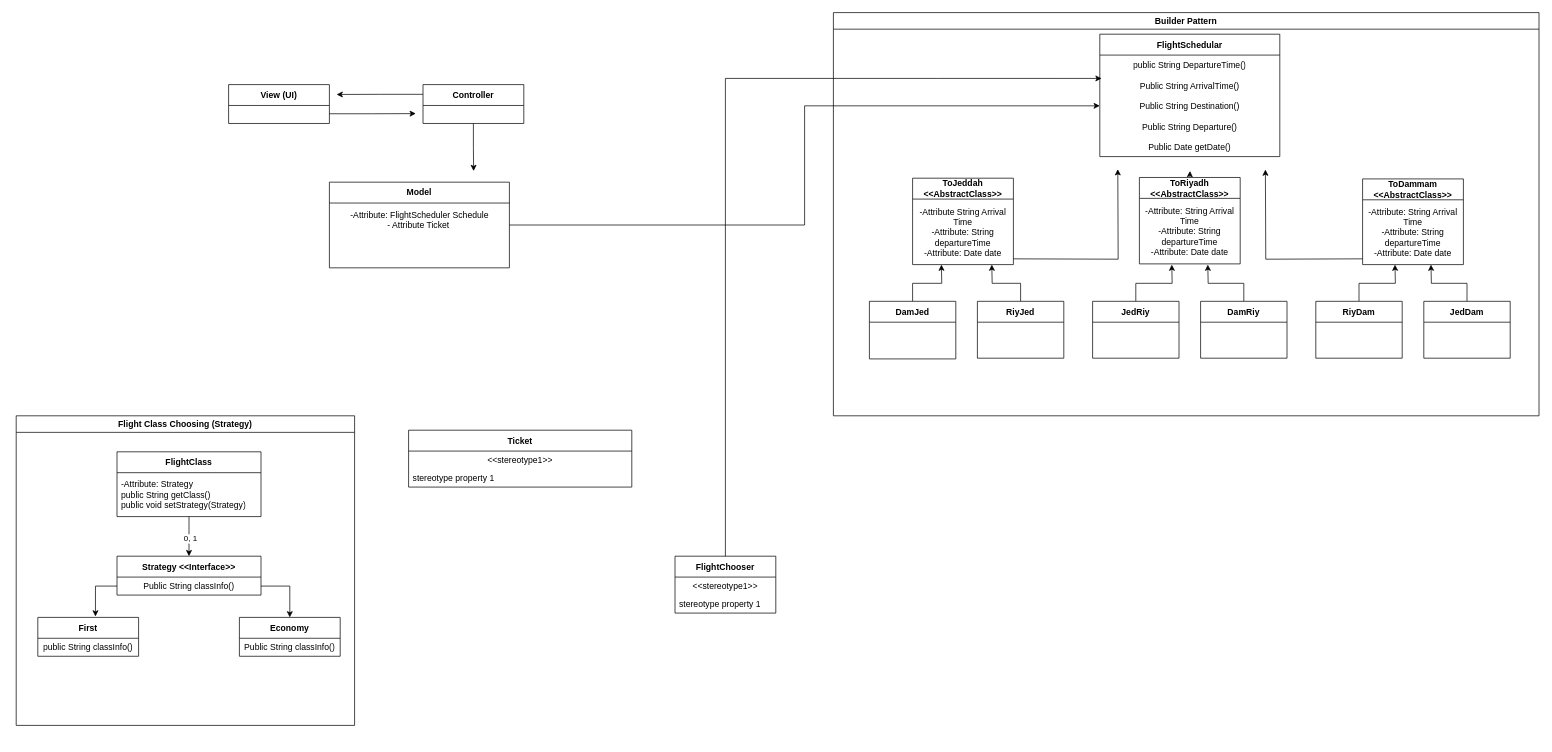
SuhaibAG/FlightReservation keeps this draw.io diagram as Flight Reservation System.drawio. Above is the earlier version. Source tidied: cells renumbered, new cells numbered last; positions are measured from the earlier drawing's top-left corner, leaving out a move shared by most shapes. Both pictures are drawn from the tidied source at 72%, with x=0, y=0 at pixel (16, 12).
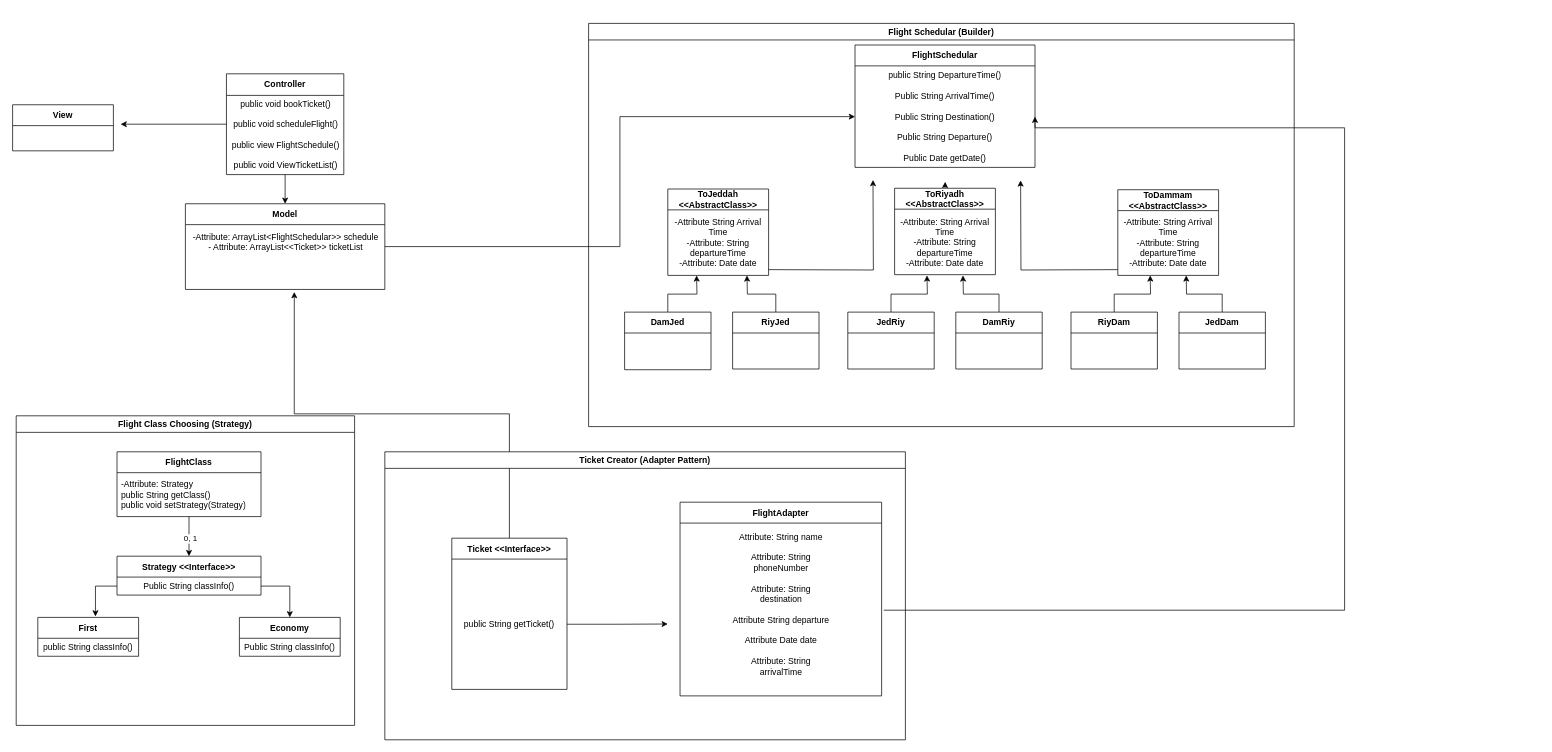
After the change.

The change refers to these unchanged cells:
```xml
<mxCell id="15" value="public String DepartureTime()&lt;div&gt;&lt;br&gt;&lt;div&gt;Public String ArrivalTime()&lt;/div&gt;&lt;div&gt;&lt;br&gt;&lt;/div&gt;&lt;div&gt;Public String Destination()&lt;/div&gt;&lt;div&gt;&lt;br&gt;&lt;/div&gt;&lt;div&gt;Public String&amp;nbsp;&lt;span style=&quot;background-color: initial;&quot;&gt;Departure()&lt;/span&gt;&lt;/div&gt;&lt;/div&gt;&lt;div&gt;&lt;br&gt;&lt;/div&gt;&lt;div&gt;Public Date getDate()&lt;/div&gt;" style="text;html=1;strokeColor=none;fillColor=none;align=center;verticalAlign=middle;spacingLeft=4;spacingRight=4;overflow=hidden;points=[[0,0.5],[1,0.5]];portConstraint=eastwest;whiteSpace=wrap;" parent="14" vertex="1">
  <mxGeometry y="29" width="250" height="141" as="geometry" />
</mxCell>
<mxCell id="28" value="ToRiyadh &amp;lt;&amp;lt;AbstractClass&amp;gt;&amp;gt;" style="swimlane;fontStyle=1;align=center;verticalAlign=middle;horizontal=1;startSize=29;html=1;whiteSpace=wrap;" parent="25" vertex="1">
  <mxGeometry x="425" y="229" width="140" height="120" as="geometry" />
</mxCell>
```

Diff of the diagram source:
```diff
@@
-    <mxCell id="2" style="edgeStyle=orthogonalEdgeStyle;rounded=0;jettySize=auto;html=1;exitX=1;exitY=0.75;exitDx=0;exitDy=0;" parent="1" edge="1" source="3">
-      <mxGeometry relative="1" as="geometry">
-        <mxPoint x="555" y="140.3" as="targetPoint" />
-      </mxGeometry>
-    </mxCell>
-    <mxCell id="3" value="View (UI)" style="swimlane;fontStyle=1;align=center;verticalAlign=middle;horizontal=1;startSize=29;html=1;whiteSpace=wrap;" parent="1" vertex="1">
-      <mxGeometry x="295" y="100" width="140" height="54" as="geometry" />
+    <mxCell id="3" value="View" style="swimlane;fontStyle=1;align=center;verticalAlign=middle;horizontal=1;startSize=29;html=1;whiteSpace=wrap;" parent="1" vertex="1">
+      <mxGeometry x="-5" y="128" width="140" height="64" as="geometry" />
     </mxCell>
-    <mxCell id="4" style="edgeStyle=orthogonalEdgeStyle;rounded=0;jettySize=auto;html=1;exitX=0.5;exitY=1;exitDx=0;exitDy=0;" parent="1" edge="1" source="6">
-      <mxGeometry relative="1" as="geometry">
-        <mxPoint x="635.3" y="220" as="targetPoint" />
-      </mxGeometry>
-    </mxCell>
-    <mxCell id="5" style="edgeStyle=orthogonalEdgeStyle;rounded=0;jettySize=auto;html=1;exitX=0;exitY=0.25;exitDx=0;exitDy=0;" parent="1" edge="1" source="6">
-      <mxGeometry relative="1" as="geometry">
-        <mxPoint x="445" y="113.7" as="targetPoint" />
-      </mxGeometry>
-    </mxCell>
+    <mxCell id="54" style="edgeStyle=orthogonalEdgeStyle;rounded=0;jettySize=auto;html=1;" parent="1" edge="1" source="6">
+      <mxGeometry relative="1" as="geometry">
+        <mxPoint x="145" y="155" as="targetPoint" />
+      </mxGeometry>
+    </mxCell>
-    <mxCell id="6" value="Controller" style="swimlane;fontStyle=1;align=center;verticalAlign=middle;horizontal=1;startSize=29;html=1;whiteSpace=wrap;" parent="1" vertex="1">
-      <mxGeometry x="565" y="100" width="140" height="54" as="geometry" />
+    <mxCell id="6" value="Controller" style="swimlane;fontStyle=1;align=center;verticalAlign=middle;horizontal=1;startSize=30;html=1;whiteSpace=wrap;" parent="1" vertex="1">
+      <mxGeometry x="292" y="85" width="163" height="140" as="geometry" />
     </mxCell>
+    <mxCell id="55" value="public void bookTicket()&lt;div&gt;&lt;br&gt;&lt;/div&gt;&lt;div&gt;public void scheduleFlight()&lt;/div&gt;&lt;div&gt;&lt;br&gt;&lt;/div&gt;&lt;div&gt;public view FlightSchedule()&lt;div&gt;&lt;br&gt;&lt;/div&gt;&lt;div&gt;public void ViewTicketList()&lt;/div&gt;&lt;/div&gt;" style="text;html=1;align=center;verticalAlign=middle;points=[];strokeColor=none;fillColor=none;" parent="6" vertex="1">
+      <mxGeometry y="30" width="163" height="110" as="geometry" />
+    </mxCell>
@@
     <mxCell id="8" value="Model" style="swimlane;fontStyle=1;align=center;verticalAlign=middle;horizontal=1;startSize=29;html=1;whiteSpace=wrap;" parent="1" vertex="1">
-      <mxGeometry x="435" y="235.5" width="250" height="119" as="geometry" />
+      <mxGeometry x="235" y="265.5" width="277" height="119" as="geometry" />
     </mxCell>
-    <mxCell id="9" value="-Attribute: FlightScheduler Schedule&lt;div&gt;- Attribute Ticket&amp;nbsp;&lt;/div&gt;&lt;div&gt;&lt;br&gt;&lt;/div&gt;&lt;div&gt;&lt;br&gt;&lt;/div&gt;&lt;div&gt;&lt;br&gt;&lt;/div&gt;" style="text;html=1;align=center;verticalAlign=middle;points=[];strokeColor=none;fillColor=none;" parent="8" vertex="1">
-      <mxGeometry y="29" width="250" height="90" as="geometry" />
+    <mxCell id="9" value="-Attribute: ArrayList&amp;lt;FlightSchedular&amp;gt;&amp;gt; schedule&lt;div&gt;- Attribute: ArrayList&amp;lt;&amp;lt;Ticket&amp;gt;&amp;gt; t&lt;span style=&quot;background-color: initial;&quot;&gt;icketList&lt;/span&gt;&lt;/div&gt;&lt;div&gt;&lt;br&gt;&lt;/div&gt;&lt;div&gt;&lt;br&gt;&lt;/div&gt;&lt;div&gt;&lt;br&gt;&lt;/div&gt;" style="text;html=1;align=center;verticalAlign=middle;points=[];strokeColor=none;fillColor=none;" parent="8" vertex="1">
+      <mxGeometry y="29" width="277" height="90" as="geometry" />
     </mxCell>
     <mxCell id="10" style="edgeStyle=orthogonalEdgeStyle;rounded=0;jettySize=auto;html=1;exitX=0.5;exitY=0;exitDx=0;exitDy=0;" parent="1" edge="1" source="11">
       <mxGeometry relative="1" as="geometry">
-        <mxPoint x="1285" y="350" as="targetPoint" />
+        <mxPoint x="945" y="365" as="targetPoint" />
       </mxGeometry>
     </mxCell>
     <mxCell id="11" value="DamJed" style="swimlane;fontStyle=1;align=center;verticalAlign=middle;horizontal=1;startSize=29;html=1;whiteSpace=wrap;" parent="1" vertex="1">
-      <mxGeometry x="1185" y="401" width="120" height="80" as="geometry" />
+      <mxGeometry x="845" y="416" width="120" height="80" as="geometry" />
     </mxCell>
     <mxCell id="12" style="edgeStyle=orthogonalEdgeStyle;rounded=0;jettySize=auto;html=1;exitX=0.5;exitY=0;exitDx=0;exitDy=0;" parent="1" edge="1" source="13">
       <mxGeometry relative="1" as="geometry">
-        <mxPoint x="1355" y="350" as="targetPoint" />
+        <mxPoint x="1015" y="365" as="targetPoint" />
       </mxGeometry>
     </mxCell>
     <mxCell id="13" value="RiyJed" style="swimlane;fontStyle=1;align=center;verticalAlign=middle;horizontal=1;startSize=29;html=1;whiteSpace=wrap;" parent="1" vertex="1">
-      <mxGeometry x="1335" y="401" width="120" height="79" as="geometry" />
+      <mxGeometry x="995" y="416" width="120" height="79" as="geometry" />
     </mxCell>
     <mxCell id="14" value="FlightSchedular" style="swimlane;fontStyle=1;align=center;verticalAlign=middle;horizontal=1;startSize=29;html=1;whiteSpace=wrap;" parent="1" vertex="1">
-      <mxGeometry x="1505" y="30" width="250" height="170" as="geometry" />
+      <mxGeometry x="1165" y="45" width="250" height="170" as="geometry" />
     </mxCell>
@@
     <mxCell id="16" style="edgeStyle=orthogonalEdgeStyle;rounded=0;jettySize=auto;html=1;exitX=0.5;exitY=0;exitDx=0;exitDy=0;" parent="1" edge="1" source="28">
       <mxGeometry relative="1" as="geometry">
-        <mxPoint x="1630.3" y="220" as="targetPoint" />
+        <mxPoint x="1290.3" y="235" as="targetPoint" />
       </mxGeometry>
     </mxCell>
     <mxCell id="17" style="edgeStyle=orthogonalEdgeStyle;rounded=0;jettySize=auto;html=1;exitX=0.5;exitY=0;exitDx=0;exitDy=0;" parent="1" edge="1" source="18">
       <mxGeometry relative="1" as="geometry">
-        <mxPoint x="1605" y="350" as="targetPoint" />
+        <mxPoint x="1265" y="365" as="targetPoint" />
       </mxGeometry>
     </mxCell>
     <mxCell id="18" value="JedRiy" style="swimlane;fontStyle=1;align=center;verticalAlign=middle;horizontal=1;startSize=29;html=1;whiteSpace=wrap;" parent="1" vertex="1">
-      <mxGeometry x="1495" y="401" width="120" height="79" as="geometry" />
+      <mxGeometry x="1155" y="416" width="120" height="79" as="geometry" />
     </mxCell>
     <mxCell id="19" style="edgeStyle=orthogonalEdgeStyle;rounded=0;jettySize=auto;html=1;exitX=0.5;exitY=0;exitDx=0;exitDy=0;" parent="1" edge="1" source="20">
       <mxGeometry relative="1" as="geometry">
-        <mxPoint x="1655" y="350" as="targetPoint" />
+        <mxPoint x="1315" y="365" as="targetPoint" />
       </mxGeometry>
     </mxCell>
     <mxCell id="20" value="DamRiy" style="swimlane;fontStyle=1;align=center;verticalAlign=middle;horizontal=1;startSize=29;html=1;whiteSpace=wrap;" parent="1" vertex="1">
-      <mxGeometry x="1645" y="401" width="120" height="79" as="geometry" />
+      <mxGeometry x="1305" y="416" width="120" height="79" as="geometry" />
     </mxCell>
     <mxCell id="21" style="edgeStyle=orthogonalEdgeStyle;rounded=0;jettySize=auto;html=1;exitX=0.5;exitY=0;exitDx=0;exitDy=0;" parent="1" edge="1" source="22">
       <mxGeometry relative="1" as="geometry">
-        <mxPoint x="1915" y="350" as="targetPoint" />
+        <mxPoint x="1575" y="365" as="targetPoint" />
       </mxGeometry>
     </mxCell>
     <mxCell id="22" value="RiyDam" style="swimlane;fontStyle=1;align=center;verticalAlign=middle;horizontal=1;startSize=29;html=1;whiteSpace=wrap;" parent="1" vertex="1">
-      <mxGeometry x="1805" y="401" width="120" height="79" as="geometry" />
+      <mxGeometry x="1465" y="416" width="120" height="79" as="geometry" />
     </mxCell>
     <mxCell id="23" style="edgeStyle=orthogonalEdgeStyle;rounded=0;jettySize=auto;html=1;exitX=0.5;exitY=0;exitDx=0;exitDy=0;" parent="1" edge="1" source="24">
       <mxGeometry relative="1" as="geometry">
-        <mxPoint x="1965" y="350" as="targetPoint" />
+        <mxPoint x="1625" y="365" as="targetPoint" />
       </mxGeometry>
     </mxCell>
     <mxCell id="24" value="JedDam" style="swimlane;fontStyle=1;align=center;verticalAlign=middle;horizontal=1;startSize=29;html=1;whiteSpace=wrap;" parent="1" vertex="1">
-      <mxGeometry x="1955" y="401" width="120" height="79" as="geometry" />
+      <mxGeometry x="1615" y="416" width="120" height="79" as="geometry" />
     </mxCell>
-    <mxCell id="25" value="Builder Pattern" style="swimlane;whiteSpace=wrap;html=1;" parent="1" vertex="1">
-      <mxGeometry x="1135" width="980" height="560" as="geometry" />
+    <mxCell id="25" value="Flight Schedular (Builder)" style="swimlane;whiteSpace=wrap;html=1;" parent="1" vertex="1">
+      <mxGeometry x="795" y="15" width="980" height="560" as="geometry" />
     </mxCell>
@@
+    <mxCell id="56" style="edgeStyle=orthogonalEdgeStyle;rounded=0;jettySize=auto;html=1;entryX=1;entryY=0.5;entryDx=0;entryDy=0;" parent="25" edge="1" target="15">
+      <mxGeometry relative="1" as="geometry">
+        <mxPoint x="410" y="815" as="sourcePoint" />
+        <Array as="points">
+          <mxPoint x="1050" y="815" />
+          <mxPoint x="1050" y="145" />
+          <mxPoint x="620" y="145" />
+        </Array>
+      </mxGeometry>
+    </mxCell>
@@
+    <mxCell id="57" style="edgeStyle=orthogonalEdgeStyle;rounded=0;jettySize=auto;html=1;exitX=0.5;exitY=0;exitDx=0;exitDy=0;entryX=0.546;entryY=1.04;entryDx=0;entryDy=0;entryPerimeter=0;" parent="1" edge="1" source="47" target="9">
+      <mxGeometry relative="1" as="geometry" />
+    </mxCell>
+    <mxCell id="58" style="edgeStyle=orthogonalEdgeStyle;rounded=0;jettySize=auto;html=1;entryX=0.5;entryY=0;entryDx=0;entryDy=0;" parent="1" edge="1" source="55" target="8">
+      <mxGeometry relative="1" as="geometry" />
+    </mxCell>
+    <mxCell id="59" value="Ticket Creator (Adapter Pattern)" style="swimlane;whiteSpace=wrap;html=1;" parent="1" vertex="1">
+      <mxGeometry x="512" y="610" width="723" height="400" as="geometry" />
+    </mxCell>
-    <mxCell id="47" value="Ticket" style="swimlane;fontStyle=1;align=center;verticalAlign=middle;horizontal=1;startSize=29;html=1;whiteSpace=wrap;" parent="1" vertex="1">
-      <mxGeometry x="545" y="580" width="310" height="79" as="geometry" />
+    <mxCell id="47" value="Ticket &amp;lt;&amp;lt;Interface&amp;gt;&amp;gt;" style="swimlane;fontStyle=1;align=center;verticalAlign=middle;horizontal=1;startSize=29;html=1;whiteSpace=wrap;" parent="59" vertex="1">
+      <mxGeometry x="93" y="120" width="160" height="210" as="geometry" />
     </mxCell>
+    <mxCell id="60" style="edgeStyle=orthogonalEdgeStyle;rounded=0;jettySize=auto;html=1;exitX=1;exitY=0.5;exitDx=0;exitDy=0;" parent="47" edge="1" source="48">
+      <mxGeometry relative="1" as="geometry">
+        <mxPoint x="300" y="119.2" as="targetPoint" />
+      </mxGeometry>
+    </mxCell>
-    <mxCell id="48" value="&amp;lt;&amp;lt;stereotype1&amp;gt;&amp;gt;" style="text;html=1;strokeColor=none;fillColor=none;align=center;verticalAlign=middle;spacingLeft=4;spacingRight=4;overflow=hidden;points=[[0,0.5],[1,0.5]];portConstraint=eastwest;whiteSpace=wrap;" parent="47" vertex="1">
-      <mxGeometry y="29" width="310" height="25" as="geometry" />
+    <mxCell id="48" value="public String getTicket()" style="text;html=1;strokeColor=none;fillColor=none;align=center;verticalAlign=middle;spacingLeft=4;spacingRight=4;overflow=hidden;points=[[0,0.5],[1,0.5]];portConstraint=eastwest;whiteSpace=wrap;" parent="47" vertex="1">
+      <mxGeometry y="29" width="160" height="181" as="geometry" />
     </mxCell>
-    <mxCell id="49" value="stereotype property 1" style="text;html=1;strokeColor=none;fillColor=none;align=left;verticalAlign=middle;spacingLeft=4;spacingRight=4;overflow=hidden;whiteSpace=wrap;" parent="47" vertex="1">
-      <mxGeometry y="54" width="310" height="25" as="geometry" />
-    </mxCell>
-    <mxCell id="50" value="FlightChooser" style="swimlane;fontStyle=1;align=center;verticalAlign=middle;horizontal=1;startSize=29;html=1;whiteSpace=wrap;" parent="1" vertex="1">
-      <mxGeometry x="915" y="755" width="140" height="79" as="geometry" />
+    <mxCell id="50" value="FlightAdapter" style="swimlane;fontStyle=1;align=center;verticalAlign=middle;horizontal=1;startSize=29;html=1;whiteSpace=wrap;" parent="59" vertex="1">
+      <mxGeometry x="410" y="70" width="280" height="269" as="geometry" />
     </mxCell>
-    <mxCell id="51" value="&amp;lt;&amp;lt;stereotype1&amp;gt;&amp;gt;" style="text;html=1;strokeColor=none;fillColor=none;align=center;verticalAlign=middle;spacingLeft=4;spacingRight=4;overflow=hidden;whiteSpace=wrap;" parent="50" vertex="1">
-      <mxGeometry y="29" width="140" height="25" as="geometry" />
-    </mxCell>
-    <mxCell id="52" value="stereotype property 1" style="text;html=1;strokeColor=none;fillColor=none;align=left;verticalAlign=middle;spacingLeft=4;spacingRight=4;overflow=hidden;whiteSpace=wrap;" parent="50" vertex="1">
-      <mxGeometry y="54" width="140" height="25" as="geometry" />
-    </mxCell>
-    <mxCell id="53" style="edgeStyle=orthogonalEdgeStyle;rounded=0;jettySize=auto;html=1;exitX=0.5;exitY=0;exitDx=0;exitDy=0;entryX=0.01;entryY=0.23;entryDx=0;entryDy=0;entryPerimeter=0;" parent="1" edge="1" source="50" target="15">
-      <mxGeometry relative="1" as="geometry" />
-    </mxCell>
+    <mxCell id="61" value="&lt;div style=&quot;text-wrap: wrap;&quot;&gt;&lt;br&gt;&lt;/div&gt;&lt;div style=&quot;text-wrap: wrap;&quot;&gt;&lt;br&gt;&lt;/div&gt;&lt;div style=&quot;text-wrap: wrap;&quot;&gt;Attribute: String name&lt;/div&gt;&lt;div style=&quot;text-wrap: wrap;&quot;&gt;&lt;br&gt;&lt;/div&gt;&lt;div style=&quot;text-wrap: wrap;&quot;&gt;&lt;div&gt;&lt;span style=&quot;background-color: initial;&quot;&gt;Attribute: String phoneNumber&lt;/span&gt;&lt;br&gt;&lt;/div&gt;&lt;div&gt;&lt;span style=&quot;background-color: initial;&quot;&gt;&lt;br&gt;&lt;/span&gt;&lt;/div&gt;&lt;/div&gt;&lt;div style=&quot;text-wrap: wrap;&quot;&gt;&lt;div&gt;&lt;span style=&quot;background-color: initial;&quot;&gt;Attribute: String destination&lt;/span&gt;&lt;br&gt;&lt;/div&gt;&lt;div&gt;&lt;span style=&quot;background-color: initial;&quot;&gt;&lt;br&gt;&lt;/span&gt;&lt;/div&gt;&lt;div&gt;&lt;span style=&quot;background-color: initial;&quot;&gt;Attribute&amp;nbsp;&lt;/span&gt;&lt;span style=&quot;background-color: initial;&quot;&gt;String&lt;/span&gt;&lt;span style=&quot;background-color: initial;&quot;&gt;&amp;nbsp;&lt;/span&gt;&lt;span style=&quot;background-color: initial;&quot;&gt;departure&lt;/span&gt;&lt;br&gt;&lt;/div&gt;&lt;div&gt;&lt;span style=&quot;background-color: initial;&quot;&gt;&lt;br&gt;&lt;/span&gt;&lt;/div&gt;&lt;/div&gt;&lt;div style=&quot;text-wrap: wrap;&quot;&gt;&lt;div&gt;&lt;span style=&quot;background-color: initial;&quot;&gt;Attribute Date date&lt;/span&gt;&lt;br&gt;&lt;/div&gt;&lt;div&gt;&lt;span style=&quot;background-color: initial;&quot;&gt;&lt;br&gt;&lt;/span&gt;&lt;/div&gt;&lt;div&gt;&lt;span style=&quot;background-color: initial;&quot;&gt;Attribute: String arrivalTime&lt;br&gt;&lt;/span&gt;&lt;br&gt;&lt;/div&gt;&lt;/div&gt;&lt;div style=&quot;text-wrap: wrap;&quot;&gt;&lt;br&gt;&lt;/div&gt;&lt;div style=&quot;text-wrap: wrap;&quot;&gt;&lt;br&gt;&lt;/div&gt;" style="text;html=1;align=center;verticalAlign=middle;strokeColor=none;fillColor=none;" parent="50" vertex="1">
+      <mxGeometry y="29" width="280" height="240" as="geometry" />
+    </mxCell>
```
